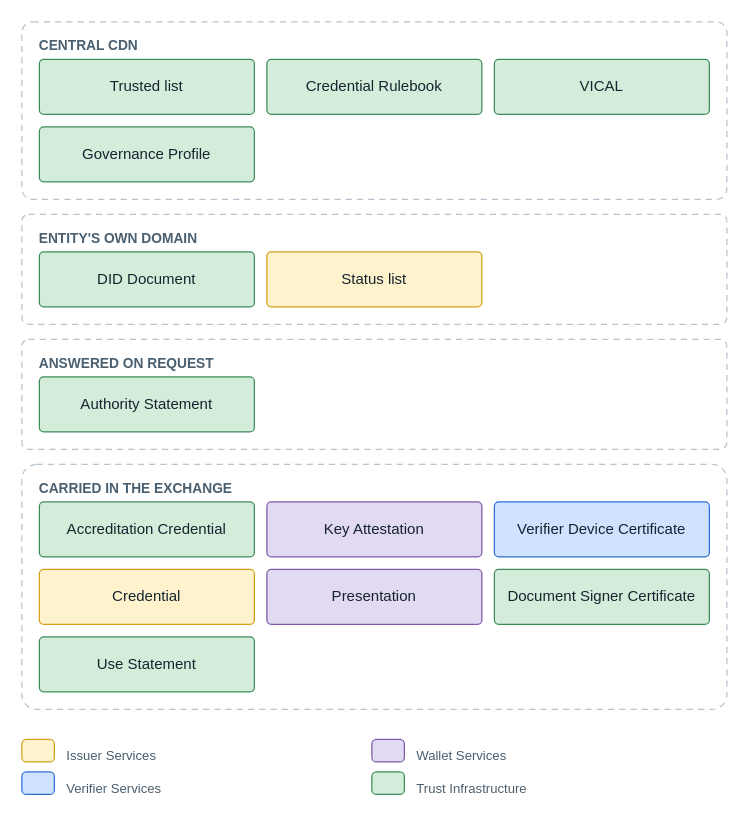
The draw.io diagram images/architecture-framework/data-model-and-protocols/where-artifacts-live.drawio in id-verifiable-credential-dev/id-doc-idctf, before the edit. Source tidied: cells renumbered, new cells numbered last; positions are measured from the earlier drawing's top-left corner, leaving out a move shared by most shapes. Both pictures are drawn from the tidied source at 125%, with x=0, y=0 at pixel (21, 21).
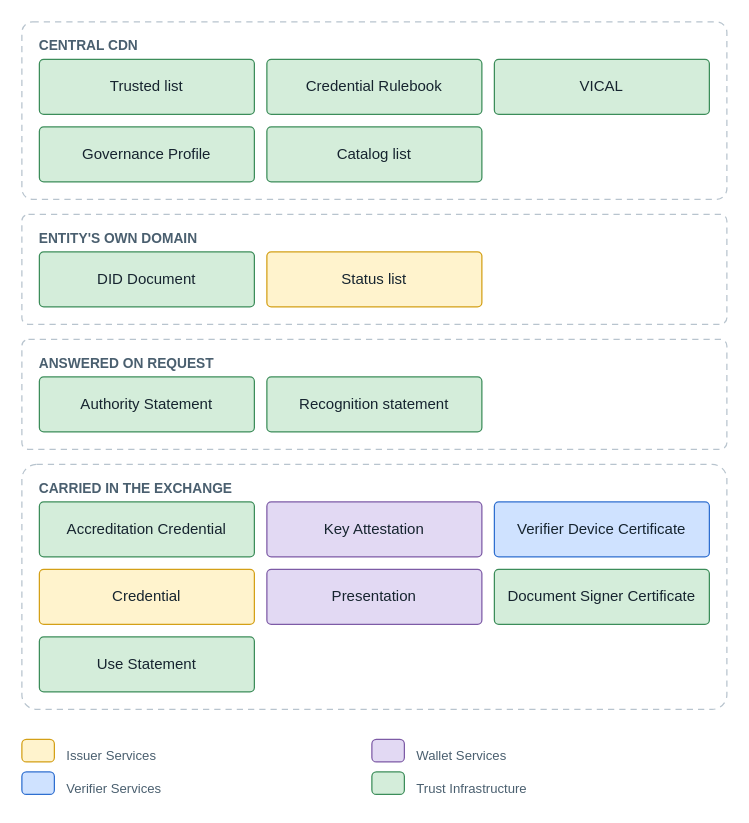
Above is the later version.

The edit, as a diff of the source:
```diff
@@
+    <mxCell id="28" value="Catalog list" style="rounded=1;arcSize=8;fillColor=#d4edda;strokeColor=#3c8d5a;fontSize=12;fontColor=#16242f;html=1;whiteSpace=wrap;verticalAlign=middle;" parent="1" vertex="1">
+      <mxGeometry x="196" y="84" width="172" height="44" as="geometry" />
+    </mxCell>
+    <mxCell id="29" value="Recognition statement" style="rounded=1;arcSize=8;fillColor=#d4edda;strokeColor=#3c8d5a;fontSize=12;fontColor=#16242f;html=1;whiteSpace=wrap;verticalAlign=middle;" parent="1" vertex="1">
+      <mxGeometry x="196" y="284" width="172" height="44" as="geometry" />
+    </mxCell>
```
